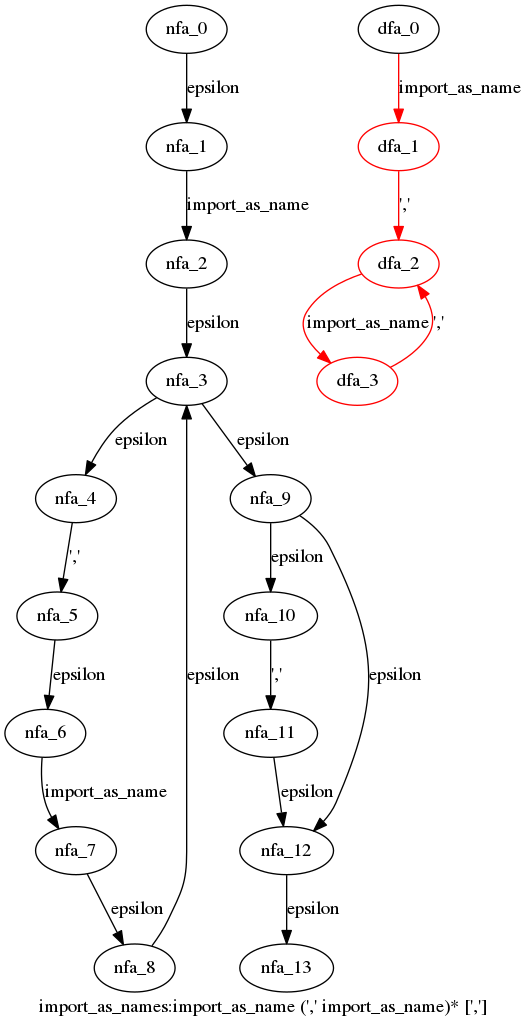
The Graphviz diagram cpython/grammar/handwrite/nfa_dfas/33.import_as_names.dot.png in WinChua/blog, before a commit. Its source is kept beside it as cpython/grammar/handwrite/nfa_dfas/33.import_as_names.dot. The source it was exported from:
```dot
digraph import_as_names {
 graph[label="import_as_names:import_as_name (',' import_as_name)* [',']"]
 subgraph import_as_names_nfa {
  nfa_0->nfa_1[label="epsilon"]
  nfa_1->nfa_2[label="import_as_name"]
  nfa_2->nfa_3[label="epsilon"]
  nfa_3->nfa_4[label="epsilon"]
  nfa_4->nfa_5[label="','"]
  nfa_5->nfa_6[label="epsilon"]
  nfa_6->nfa_7[label="import_as_name"]
  nfa_7->nfa_8[label="epsilon"]
  nfa_8->nfa_3[label="epsilon"]
  nfa_3->nfa_9[label="epsilon"]
  nfa_9->nfa_10[label="epsilon"]
  nfa_10->nfa_11[label="','"]
  nfa_11->nfa_12[label="epsilon"]
  nfa_12->nfa_13[label="epsilon"]
  nfa_9->nfa_12[label="epsilon"]
  }
 subgraph import_as_names_dfa {
  dfa_0->dfa_1[label="import_as_name",color=red]
  dfa_1->dfa_2[label="','",color=red]
  dfa_2->dfa_3[label="import_as_name",color=red]
  dfa_3->dfa_2[label="','",color=red]
  dfa_1[color=red]
  dfa_2[color=red]
  dfa_3[color=red]
  }
}
```
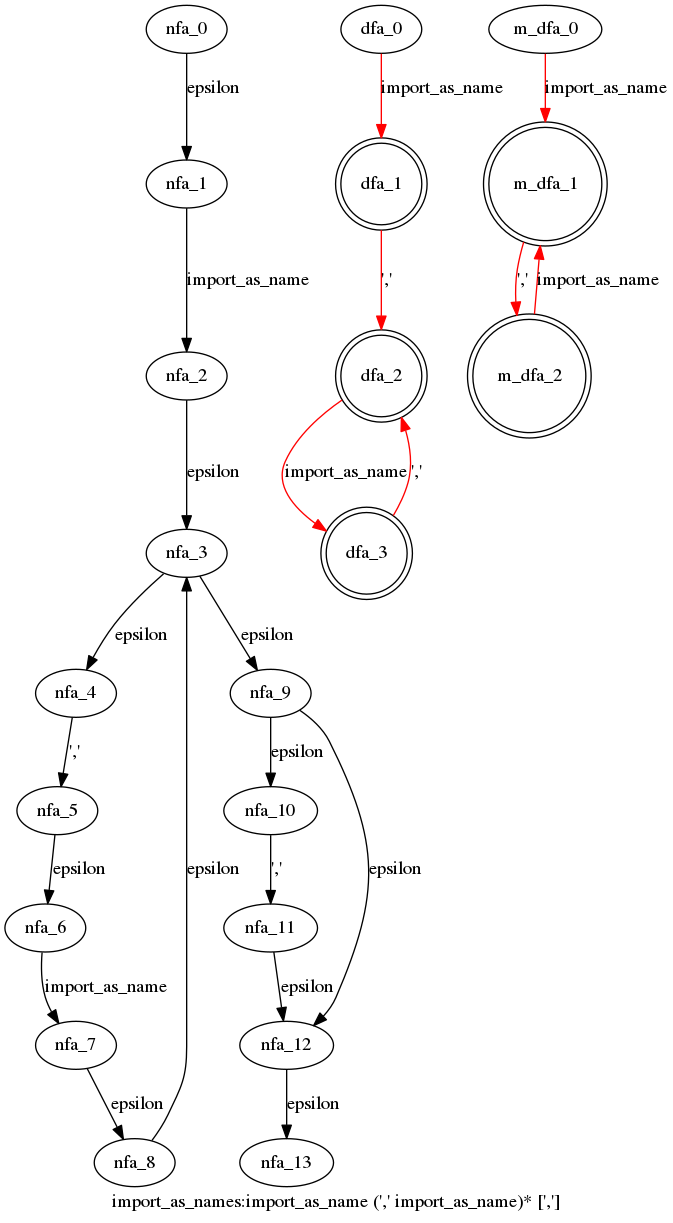
The same diagram one commit later.

What changed in the source:
```diff
@@ -22,8 +22,15 @@
   dfa_1->dfa_2[label="','",color=red]
   dfa_2->dfa_3[label="import_as_name",color=red]
   dfa_3->dfa_2[label="','",color=red]
-  dfa_1[color=red]
-  dfa_2[color=red]
-  dfa_3[color=red]
+  dfa_1[shape=doublecircle]
+  dfa_2[shape=doublecircle]
+  dfa_3[shape=doublecircle]
+  }
+ subgraph import_as_names_m_dfa {
+  m_dfa_0->m_dfa_1[label="import_as_name",color=red]
+  m_dfa_1->m_dfa_2[label="','",color=red]
+  m_dfa_2->m_dfa_1[label="import_as_name",color=red]
+  m_dfa_1[shape=doublecircle]
+  m_dfa_2[shape=doublecircle]
   }
 }
```
